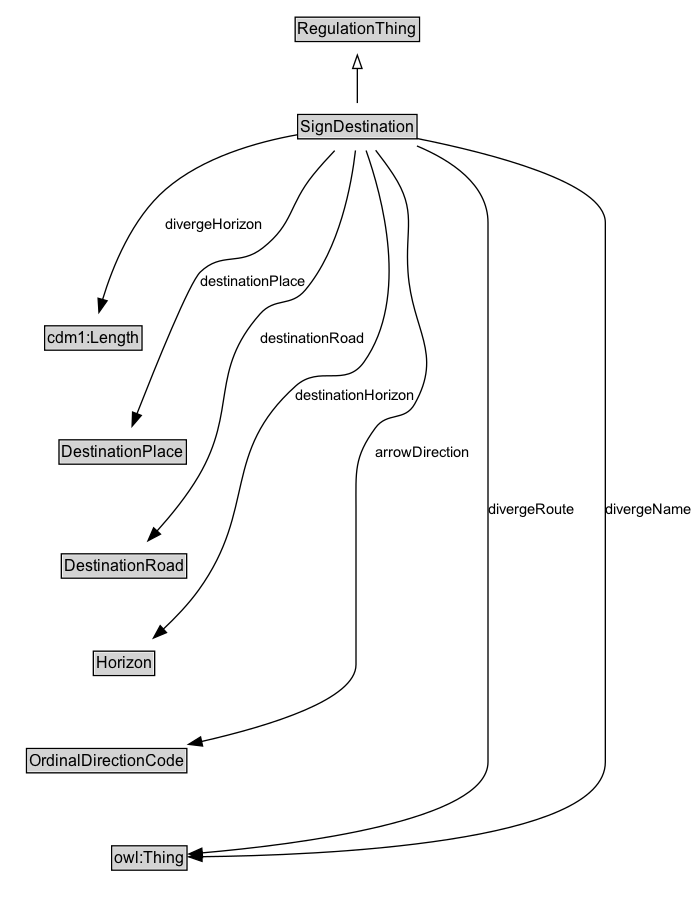
Earlier version of the Graphviz export docs/diagrams/SignDestination.dot.png (k-vaughn/ontology-its-regulation). Its source is kept beside it as docs/diagrams/SignDestination.dot. The source it was exported from:
```dot
digraph {
	graph [overlap=false rankdir=TB splines=true]
	node [fontname=Arial fontsize=12 margin=0 shape=none]
	edge [fontname=Arial fontsize=11]
	{
		rank=source
		RegulationThing [label=<<TABLE BORDER="1" CELLBORDER="0" CELLSPACING="0" CELLPADDING="1"><TR><TD BGCOLOR="lightgray" ALIGN="CENTER">RegulationThing</TD></TR></TABLE>> URL="../RegulationThing" margin=0]
	}
	SignDestination [label=<<TABLE BORDER="1" CELLBORDER="0" CELLSPACING="0" CELLPADDING="1"><TR><TD BGCOLOR="lightgray" ALIGN="CENTER">SignDestination</TD></TR></TABLE>> URL="../SignDestination" margin=0]
	{
		rank=max
	}
	subgraph cluster_associated {
		label="" style=invis
		Invis [label=<<TABLE BORDER="0" CELLBORDER="0" CELLSPACING="0" CELLPADDING="1"><TR><TD></TD></TR></TABLE>> margin=0 style=invis]
		cdm1_Length [label=<<TABLE BORDER="1" CELLBORDER="0" CELLSPACING="0" CELLPADDING="1"><TR><TD BGCOLOR="lightgray" ALIGN="CENTER">cdm1:Length</TD></TR></TABLE>> URL="https://w3id.org/citydata/part1/v1/Length" margin=0]
		DestinationPlace [label=<<TABLE BORDER="1" CELLBORDER="0" CELLSPACING="0" CELLPADDING="1"><TR><TD BGCOLOR="lightgray" ALIGN="CENTER">DestinationPlace</TD></TR></TABLE>> URL="../DestinationPlace" margin=0]
		DestinationRoad [label=<<TABLE BORDER="1" CELLBORDER="0" CELLSPACING="0" CELLPADDING="1"><TR><TD BGCOLOR="lightgray" ALIGN="CENTER">DestinationRoad</TD></TR></TABLE>> URL="../DestinationRoad" margin=0]
		Horizon [label=<<TABLE BORDER="1" CELLBORDER="0" CELLSPACING="0" CELLPADDING="1"><TR><TD BGCOLOR="lightgray" ALIGN="CENTER">Horizon</TD></TR></TABLE>> URL="../Horizon" margin=0]
		OrdinalDirectionCode [label=<<TABLE BORDER="1" CELLBORDER="0" CELLSPACING="0" CELLPADDING="1"><TR><TD BGCOLOR="lightgray" ALIGN="CENTER">OrdinalDirectionCode</TD></TR></TABLE>> URL="../OrdinalDirectionCode" margin=0]
		owl_Thing [label=<<TABLE BORDER="1" CELLBORDER="0" CELLSPACING="0" CELLPADDING="1"><TR><TD BGCOLOR="lightgray" ALIGN="CENTER">owl:Thing</TD></TR></TABLE>> URL="https://w3id.org/citydata/imported/owl/latest/Thing" margin=0]
	}
	SignDestination -> RegulationThing [arrowhead=onormal style=solid]
	SignDestination -> Invis [style=invis]
	Invis -> cdm1_Length [style=invis]
	cdm1_Length -> DestinationPlace [style=invis]
	DestinationPlace -> DestinationRoad [style=invis]
	DestinationRoad -> Horizon [style=invis]
	Horizon -> OrdinalDirectionCode [style=invis]
	OrdinalDirectionCode -> owl_Thing [style=invis]
	DestinationPlace [label=<<TABLE BORDER="1" CELLBORDER="0" CELLSPACING="0" CELLPADDING="1"><TR><TD BGCOLOR="lightgray" ALIGN="CENTER">DestinationPlace</TD></TR></TABLE>> URL="../DestinationPlace" margin=0]
	SignDestination -> DestinationPlace [label=destinationPlace arrowhead=normal style=solid]
	DestinationRoad [label=<<TABLE BORDER="1" CELLBORDER="0" CELLSPACING="0" CELLPADDING="1"><TR><TD BGCOLOR="lightgray" ALIGN="CENTER">DestinationRoad</TD></TR></TABLE>> URL="../DestinationRoad" margin=0]
	SignDestination -> DestinationRoad [label=destinationRoad arrowhead=normal style=solid]
	Horizon [label=<<TABLE BORDER="1" CELLBORDER="0" CELLSPACING="0" CELLPADDING="1"><TR><TD BGCOLOR="lightgray" ALIGN="CENTER">Horizon</TD></TR></TABLE>> URL="../Horizon" margin=0]
	SignDestination -> Horizon [label=destinationHorizon arrowhead=normal style=solid]
	OrdinalDirectionCode [label=<<TABLE BORDER="1" CELLBORDER="0" CELLSPACING="0" CELLPADDING="1"><TR><TD BGCOLOR="lightgray" ALIGN="CENTER">OrdinalDirectionCode</TD></TR></TABLE>> URL="../OrdinalDirectionCode" margin=0]
	SignDestination -> OrdinalDirectionCode [label=arrowDirection arrowhead=normal style=solid]
	owl_Thing [label=<<TABLE BORDER="1" CELLBORDER="0" CELLSPACING="0" CELLPADDING="1"><TR><TD BGCOLOR="lightgray" ALIGN="CENTER">owl:Thing</TD></TR></TABLE>> URL="https://w3id.org/citydata/imported/owl/latest/Thing" margin=0]
	SignDestination -> owl_Thing [label=divergeRoute arrowhead=normal style=solid]
	SignDestination -> owl_Thing [label=divergeName arrowhead=normal style=solid]
	cdm1_Length [label=<<TABLE BORDER="1" CELLBORDER="0" CELLSPACING="0" CELLPADDING="1"><TR><TD BGCOLOR="lightgray" ALIGN="CENTER">cdm1:Length</TD></TR></TABLE>> URL="https://w3id.org/citydata/part1/v1/Length" margin=0]
	SignDestination -> cdm1_Length [label=divergeHorizon arrowhead=normal style=solid]
}
```
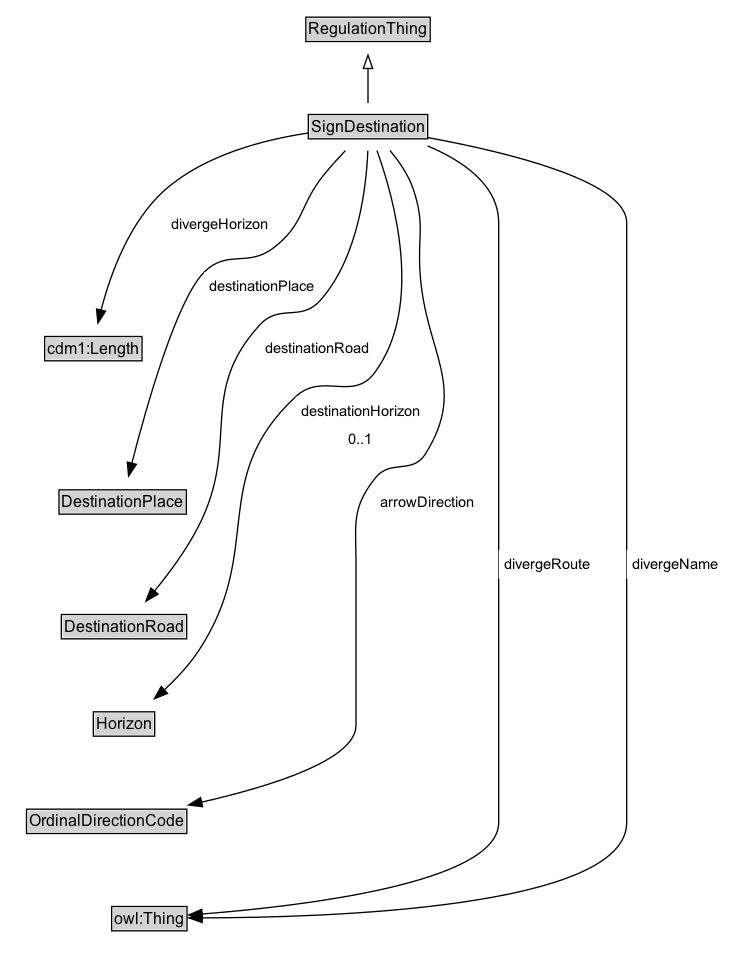
Later version of the same file.

What changed in the source:
```diff
@@ -29,16 +29,16 @@
 	Horizon -> OrdinalDirectionCode [style=invis]
 	OrdinalDirectionCode -> owl_Thing [style=invis]
 	DestinationPlace [label=<<TABLE BORDER="1" CELLBORDER="0" CELLSPACING="0" CELLPADDING="1"><TR><TD BGCOLOR="lightgray" ALIGN="CENTER">DestinationPlace</TD></TR></TABLE>> URL="../DestinationPlace" margin=0]
-	SignDestination -> DestinationPlace [label=destinationPlace arrowhead=normal style=solid]
+	SignDestination -> DestinationPlace [label=<<TABLE BORDER="0" CELLBORDER="0" CELLSPACING="0" CELLPADDING="4" BGCOLOR="white"><TR><TD ALIGN="CENTER">destinationPlace</TD></TR></TABLE>> arrowhead=normal style=solid]
 	DestinationRoad [label=<<TABLE BORDER="1" CELLBORDER="0" CELLSPACING="0" CELLPADDING="1"><TR><TD BGCOLOR="lightgray" ALIGN="CENTER">DestinationRoad</TD></TR></TABLE>> URL="../DestinationRoad" margin=0]
-	SignDestination -> DestinationRoad [label=destinationRoad arrowhead=normal style=solid]
+	SignDestination -> DestinationRoad [label=<<TABLE BORDER="0" CELLBORDER="0" CELLSPACING="0" CELLPADDING="4" BGCOLOR="white"><TR><TD ALIGN="CENTER">destinationRoad</TD></TR></TABLE>> arrowhead=normal style=solid]
 	Horizon [label=<<TABLE BORDER="1" CELLBORDER="0" CELLSPACING="0" CELLPADDING="1"><TR><TD BGCOLOR="lightgray" ALIGN="CENTER">Horizon</TD></TR></TABLE>> URL="../Horizon" margin=0]
-	SignDestination -> Horizon [label=destinationHorizon arrowhead=normal style=solid]
+	SignDestination -> Horizon [label=<<TABLE BORDER="0" CELLBORDER="0" CELLSPACING="0" CELLPADDING="4" BGCOLOR="white"><TR><TD ALIGN="CENTER">destinationHorizon</TD></TR><TR><TD ALIGN="CENTER">0..1</TD></TR></TABLE>> arrowhead=normal style=solid]
 	OrdinalDirectionCode [label=<<TABLE BORDER="1" CELLBORDER="0" CELLSPACING="0" CELLPADDING="1"><TR><TD BGCOLOR="lightgray" ALIGN="CENTER">OrdinalDirectionCode</TD></TR></TABLE>> URL="../OrdinalDirectionCode" margin=0]
-	SignDestination -> OrdinalDirectionCode [label=arrowDirection arrowhead=normal style=solid]
+	SignDestination -> OrdinalDirectionCode [label=<<TABLE BORDER="0" CELLBORDER="0" CELLSPACING="0" CELLPADDING="4" BGCOLOR="white"><TR><TD ALIGN="CENTER">arrowDirection</TD></TR></TABLE>> arrowhead=normal style=solid]
 	owl_Thing [label=<<TABLE BORDER="1" CELLBORDER="0" CELLSPACING="0" CELLPADDING="1"><TR><TD BGCOLOR="lightgray" ALIGN="CENTER">owl:Thing</TD></TR></TABLE>> URL="https://w3id.org/citydata/imported/owl/latest/Thing" margin=0]
-	SignDestination -> owl_Thing [label=divergeRoute arrowhead=normal style=solid]
-	SignDestination -> owl_Thing [label=divergeName arrowhead=normal style=solid]
+	SignDestination -> owl_Thing [label=<<TABLE BORDER="0" CELLBORDER="0" CELLSPACING="0" CELLPADDING="4" BGCOLOR="white"><TR><TD ALIGN="CENTER">divergeRoute</TD></TR></TABLE>> arrowhead=normal style=solid]
+	SignDestination -> owl_Thing [label=<<TABLE BORDER="0" CELLBORDER="0" CELLSPACING="0" CELLPADDING="4" BGCOLOR="white"><TR><TD ALIGN="CENTER">divergeName</TD></TR></TABLE>> arrowhead=normal style=solid]
 	cdm1_Length [label=<<TABLE BORDER="1" CELLBORDER="0" CELLSPACING="0" CELLPADDING="1"><TR><TD BGCOLOR="lightgray" ALIGN="CENTER">cdm1:Length</TD></TR></TABLE>> URL="https://w3id.org/citydata/part1/v1/Length" margin=0]
-	SignDestination -> cdm1_Length [label=divergeHorizon arrowhead=normal style=solid]
+	SignDestination -> cdm1_Length [label=<<TABLE BORDER="0" CELLBORDER="0" CELLSPACING="0" CELLPADDING="4" BGCOLOR="white"><TR><TD ALIGN="CENTER">divergeHorizon</TD></TR></TABLE>> arrowhead=normal style=solid]
 }
```
